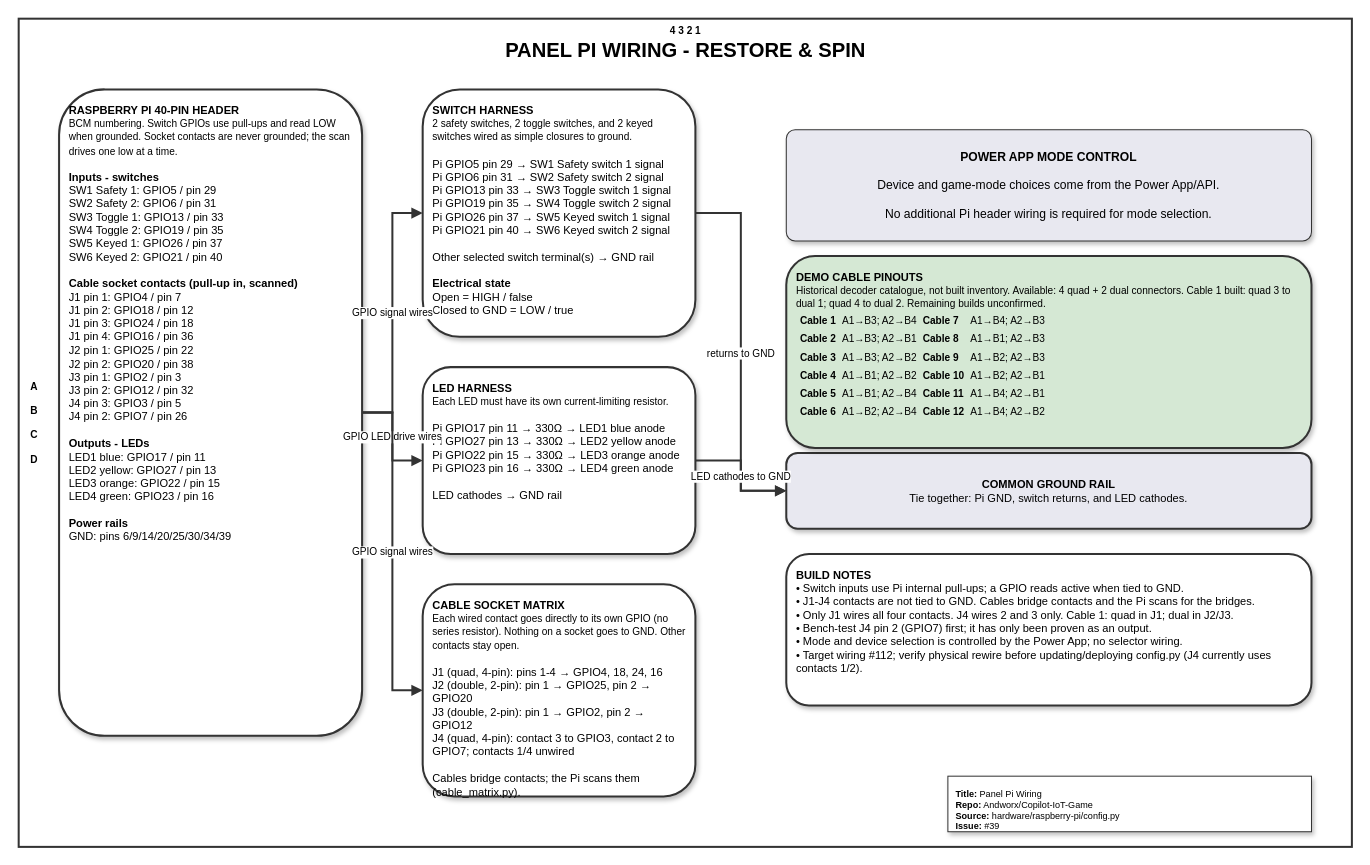
Earlier version of the draw.io diagram page "Panel Pi Wiring" (1 of 2) of hardware/raspberry-pi/panel-pi-wiring.drawio (Andworx/Copilot-IoT-Game). Source tidied: cells renumbered, new cells numbered last; positions are measured from the earlier drawing's top-left corner, leaving out a move shared by most shapes. Both pictures are drawn from the tidied source at 101%, with x=0, y=0 at pixel (18, 18).
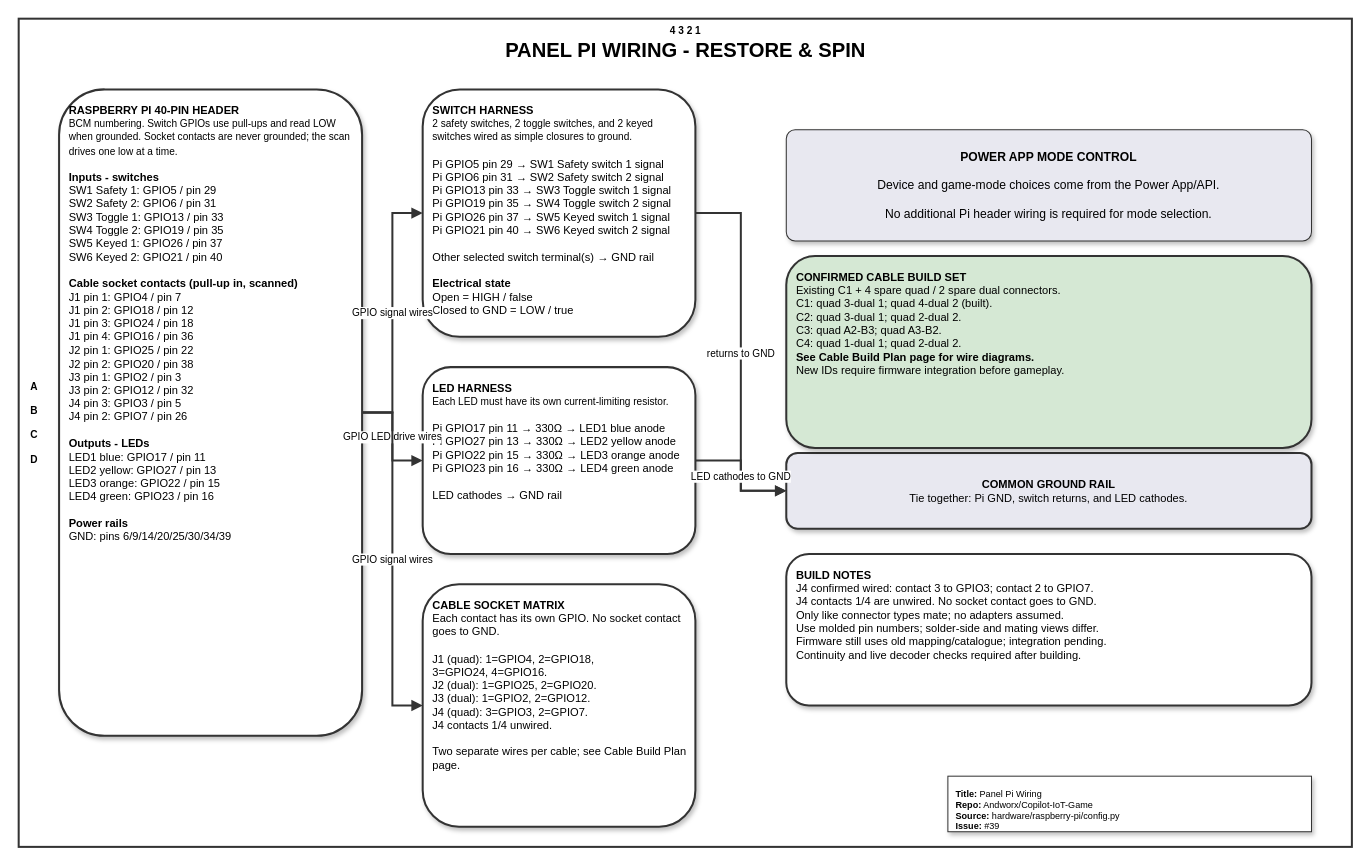
The same page after the edit.

Commit message (it also covers changes not shown here):
feat(pi): design cable set from confirmed connector inventory

Change to the diagram source:
```diff
@@
-    <mxCell id="9" value="&lt;b&gt;CABLE SOCKET MATRIX&lt;/b&gt;&lt;br&gt;&lt;font style=&quot;font-size: 10px&quot;&gt;Each wired contact goes directly to its own GPIO (no series resistor). Nothing on a socket goes to GND. Other contacts stay open.&lt;/font&gt;&lt;br&gt;&lt;br&gt;J1 (quad, 4-pin): pins 1-4 → GPIO4, 18, 24, 16&lt;br&gt;J2 (double, 2-pin): pin 1 → GPIO25, pin 2 → GPIO20&lt;br&gt;J3 (double, 2-pin): pin 1 → GPIO2, pin 2 → GPIO12&lt;br&gt;J4 (quad, 4-pin): contact 3 to GPIO3, contact 2 to GPIO7; contacts 1/4 unwired&lt;br&gt;&lt;br&gt;Cables bridge contacts; the Pi scans them (cable_matrix.py)." style="rounded=1;shadow=1;strokeColor=#333333;fillColor=#FFFFFF;strokeWidth=2;fontSize=11;fontFamily=Helvetica;align=left;verticalAlign=top;spacing=10;whiteSpace=wrap;html=1;" parent="1" vertex="1">
-      <mxGeometry x="400" y="560" width="270" height="210" as="geometry" />
+    <mxCell id="9" value="&lt;b&gt;CABLE SOCKET MATRIX&lt;/b&gt;&lt;br&gt;Each contact has its own GPIO. No socket contact goes to GND.&lt;br&gt;&lt;br&gt;J1 (quad): 1=GPIO4, 2=GPIO18,&lt;br&gt;3=GPIO24, 4=GPIO16.&lt;br&gt;J2 (dual): 1=GPIO25, 2=GPIO20.&lt;br&gt;J3 (dual): 1=GPIO2, 2=GPIO12.&lt;br&gt;J4 (quad): 3=GPIO3, 2=GPIO7.&lt;br&gt;J4 contacts 1/4 unwired.&lt;br&gt;&lt;br&gt;Two separate wires per cable; see Cable Build Plan page." style="rounded=1;shadow=1;strokeColor=#333333;fillColor=#FFFFFF;strokeWidth=2;fontSize=11;fontFamily=Helvetica;align=left;verticalAlign=top;spacing=10;whiteSpace=wrap;html=1;" parent="1" vertex="1">
+      <mxGeometry x="400" y="560" width="270" height="240" as="geometry" />
     </mxCell>
@@
-    <mxCell id="11" value="&lt;b&gt;DEMO CABLE PINOUTS&lt;/b&gt;&lt;br&gt;&lt;font style=&quot;font-size: 10px&quot;&gt;Historical decoder catalogue, not built inventory. Available: 4 quad + 2 dual connectors. Cable 1 built: quad 3 to dual 1; quad 4 to dual 2. Remaining builds unconfirmed.&lt;/font&gt;&lt;br&gt;&lt;table cellpadding=&quot;2&quot; style=&quot;font-size: 10px&quot;&gt;&lt;tr&gt;&lt;td&gt;&lt;b&gt;Cable 1&lt;/b&gt;&lt;/td&gt;&lt;td&gt;A1→B3; A2→B4&lt;/td&gt;&lt;td&gt;&lt;b&gt;Cable 7&lt;/b&gt;&lt;/td&gt;&lt;td&gt;A1→B4; A2→B3&lt;/td&gt;&lt;/tr&gt;&lt;tr&gt;&lt;td&gt;&lt;b&gt;Cable 2&lt;/b&gt;&lt;/td&gt;&lt;td&gt;A1→B3; A2→B1&lt;/td&gt;&lt;td&gt;&lt;b&gt;Cable 8&lt;/b&gt;&lt;/td&gt;&lt;td&gt;A1→B1; A2→B3&lt;/td&gt;&lt;/tr&gt;&lt;tr&gt;&lt;td&gt;&lt;b&gt;Cable 3&lt;/b&gt;&lt;/td&gt;&lt;td&gt;A1→B3; A2→B2&lt;/td&gt;&lt;td&gt;&lt;b&gt;Cable 9&lt;/b&gt;&lt;/td&gt;&lt;td&gt;A1→B2; A2→B3&lt;/td&gt;&lt;/tr&gt;&lt;tr&gt;&lt;td&gt;&lt;b&gt;Cable 4&lt;/b&gt;&lt;/td&gt;&lt;td&gt;A1→B1; A2→B2&lt;/td&gt;&lt;td&gt;&lt;b&gt;Cable 10&lt;/b&gt;&lt;/td&gt;&lt;td&gt;A1→B2; A2→B1&lt;/td&gt;&lt;/tr&gt;&lt;tr&gt;&lt;td&gt;&lt;b&gt;Cable 5&lt;/b&gt;&lt;/td&gt;&lt;td&gt;A1→B1; A2→B4&lt;/td&gt;&lt;td&gt;&lt;b&gt;Cable 11&lt;/b&gt;&lt;/td&gt;&lt;td&gt;A1→B4; A2→B1&lt;/td&gt;&lt;/tr&gt;&lt;tr&gt;&lt;td&gt;&lt;b&gt;Cable 6&lt;/b&gt;&lt;/td&gt;&lt;td&gt;A1→B2; A2→B4&lt;/td&gt;&lt;td&gt;&lt;b&gt;Cable 12&lt;/b&gt;&lt;/td&gt;&lt;td&gt;A1→B4; A2→B2&lt;/td&gt;&lt;/tr&gt;&lt;/table&gt;" style="rounded=1;shadow=1;strokeColor=#333333;fillColor=#D5E8D4;strokeWidth=2;fontSize=11;fontFamily=Helvetica;align=left;verticalAlign=top;spacing=10;whiteSpace=wrap;html=1;" parent="1" vertex="1">
+    <mxCell id="11" value="&lt;b&gt;CONFIRMED CABLE BUILD SET&lt;/b&gt;&lt;br&gt;Existing C1 + 4 spare quad / 2 spare dual connectors.&lt;br&gt;C1: quad 3-dual 1; quad 4-dual 2 (built).&lt;br&gt;C2: quad 3-dual 1; quad 2-dual 2.&lt;br&gt;C3: quad A2-B3; quad A3-B2.&lt;br&gt;C4: quad 1-dual 1; quad 2-dual 2.&lt;br&gt;&lt;b&gt;See Cable Build Plan page for wire diagrams.&lt;/b&gt;&lt;br&gt;New IDs require firmware integration before gameplay." style="rounded=1;shadow=1;strokeColor=#333333;fillColor=#D5E8D4;strokeWidth=2;fontSize=11;fontFamily=Helvetica;align=left;verticalAlign=top;spacing=10;whiteSpace=wrap;html=1;" parent="1" vertex="1">
       <mxGeometry x="760" y="235" width="520" height="190" as="geometry" />
     </mxCell>
-    <mxCell id="12" value="&lt;b&gt;BUILD NOTES&lt;/b&gt;&lt;br&gt;• Switch inputs use Pi internal pull-ups; a GPIO reads active when tied to GND.&lt;br&gt;• J1-J4 contacts are not tied to GND. Cables bridge contacts and the Pi scans for the bridges.&lt;br&gt;• Only J1 wires all four contacts. J4 wires 2 and 3 only. Cable 1: quad in J1; dual in J2/J3.&lt;br&gt;• Bench-test J4 pin 2 (GPIO7) first; it has only been proven as an output.&lt;br&gt;• Mode and device selection is controlled by the Power App; no selector wiring.&lt;br&gt;• Target wiring #112; verify physical rewire before updating/deploying config.py (J4 currently uses contacts 1/2)." style="rounded=1;shadow=1;strokeColor=#333333;fillColor=#FFFFFF;strokeWidth=2;fontSize=11;fontFamily=Helvetica;align=left;verticalAlign=top;spacing=10;whiteSpace=wrap;html=1;" parent="1" vertex="1">
+    <mxCell id="12" value="&lt;b&gt;BUILD NOTES&lt;/b&gt;&lt;br&gt;J4 confirmed wired: contact 3 to GPIO3; contact 2 to GPIO7.&lt;br&gt;J4 contacts 1/4 are unwired. No socket contact goes to GND.&lt;br&gt;Only like connector types mate; no adapters assumed.&lt;br&gt;Use molded pin numbers; solder-side and mating views differ.&lt;br&gt;Firmware still uses old mapping/catalogue; integration pending.&lt;br&gt;Continuity and live decoder checks required after building." style="rounded=1;shadow=1;strokeColor=#333333;fillColor=#FFFFFF;strokeWidth=2;fontSize=11;fontFamily=Helvetica;align=left;verticalAlign=top;spacing=10;whiteSpace=wrap;html=1;" parent="1" vertex="1">
       <mxGeometry x="760" y="530" width="520" height="150" as="geometry" />
     </mxCell>
```
